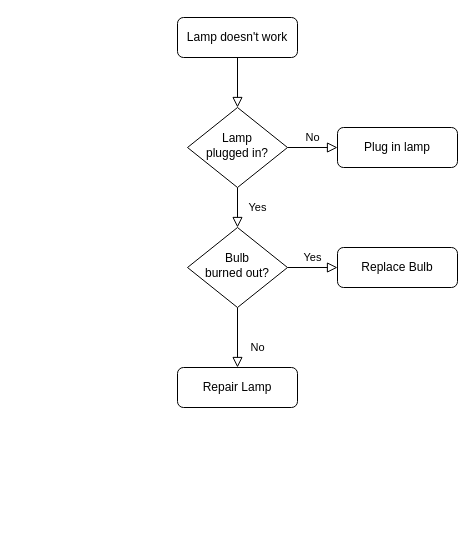
taryee8/hello-world keeps this draw.io diagram as TreasureIslandLogic.drawio. Above is the earlier version. Source tidied: cells renumbered, new cells numbered last; positions are measured from the earlier drawing's top-left corner, leaving out a move shared by most shapes. Both pictures are drawn from the tidied source at 100%, with x=0, y=0 at pixel (177, 17).
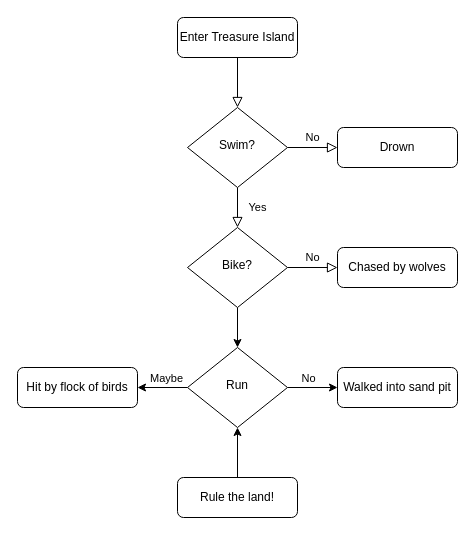
The same diagram, later.

Diff of the diagram source:
```diff
@@
-    <mxCell id="3" value="Lamp doesn't work" style="rounded=1;whiteSpace=wrap;html=1;fontSize=12;glass=0;strokeWidth=1;shadow=0;" parent="1" vertex="1">
+    <mxCell id="3" value="Enter Treasure Island" style="rounded=1;whiteSpace=wrap;html=1;fontSize=12;glass=0;strokeWidth=1;shadow=0;" parent="1" vertex="1">
       <mxGeometry width="120" height="40" as="geometry" />
     </mxCell>
@@
-    <mxCell id="6" value="Lamp&lt;br&gt;plugged in?" style="rhombus;whiteSpace=wrap;html=1;shadow=0;fontFamily=Helvetica;fontSize=12;align=center;strokeWidth=1;spacing=6;spacingTop=-4;" parent="1" vertex="1">
+    <mxCell id="6" value="Swim?" style="rhombus;whiteSpace=wrap;html=1;shadow=0;fontFamily=Helvetica;fontSize=12;align=center;strokeWidth=1;spacing=6;spacingTop=-4;" parent="1" vertex="1">
       <mxGeometry x="10" y="90" width="100" height="80" as="geometry" />
     </mxCell>
-    <mxCell id="7" value="Plug in lamp" style="rounded=1;whiteSpace=wrap;html=1;fontSize=12;glass=0;strokeWidth=1;shadow=0;" parent="1" vertex="1">
+    <mxCell id="7" value="Drown" style="rounded=1;whiteSpace=wrap;html=1;fontSize=12;glass=0;strokeWidth=1;shadow=0;" parent="1" vertex="1">
       <mxGeometry x="160" y="110" width="120" height="40" as="geometry" />
     </mxCell>
+    <mxCell id="9" value="No" style="edgeStyle=orthogonalEdgeStyle;rounded=0;html=1;jettySize=auto;fontSize=11;endArrow=block;endFill=0;endSize=8;strokeWidth=1;shadow=0;labelBackgroundColor=none;" parent="1" edge="1" source="10" target="12">
+      <mxGeometry y="10" relative="1" as="geometry" />
+    </mxCell>
+    <mxCell id="13" style="edgeStyle=orthogonalEdgeStyle;rounded=0;jettySize=auto;html=1;" parent="1" edge="1" source="10" target="17">
+      <mxGeometry relative="1" as="geometry" />
+    </mxCell>
+    <mxCell id="10" value="Bike?" style="rhombus;whiteSpace=wrap;html=1;shadow=0;fontFamily=Helvetica;fontSize=12;align=center;strokeWidth=1;spacing=6;spacingTop=-4;" parent="1" vertex="1">
+      <mxGeometry x="10" y="210" width="100" height="80" as="geometry" />
+    </mxCell>
+    <mxCell id="12" value="Chased by wolves" style="rounded=1;whiteSpace=wrap;html=1;fontSize=12;glass=0;strokeWidth=1;shadow=0;" parent="1" vertex="1">
+      <mxGeometry x="160" y="230" width="120" height="40" as="geometry" />
+    </mxCell>
+    <mxCell id="14" style="edgeStyle=orthogonalEdgeStyle;rounded=0;jettySize=auto;html=1;" parent="1" edge="1" source="17" target="18">
+      <mxGeometry relative="1" as="geometry" />
+    </mxCell>
-    <mxCell id="8" value="No" style="rounded=0;html=1;jettySize=auto;fontSize=11;endArrow=block;endFill=0;endSize=8;strokeWidth=1;shadow=0;labelBackgroundColor=none;edgeStyle=orthogonalEdgeStyle;" parent="1" edge="1" source="10" target="11">
-      <mxGeometry x="0.33" y="20" relative="1" as="geometry" />
+    <mxCell id="8" value="No" style="edgeLabel;html=1;align=center;verticalAlign=middle;" parent="14" vertex="1">
+      <mxGeometry x="0.44" y="-3" relative="1" as="geometry">
+        <mxPoint x="-16" y="-13" as="offset" />
+      </mxGeometry>
     </mxCell>
-    <mxCell id="9" value="Yes" style="edgeStyle=orthogonalEdgeStyle;rounded=0;html=1;jettySize=auto;fontSize=11;endArrow=block;endFill=0;endSize=8;strokeWidth=1;shadow=0;labelBackgroundColor=none;" parent="1" edge="1" source="10" target="12">
-      <mxGeometry y="10" relative="1" as="geometry" />
-    </mxCell>
-    <mxCell id="10" value="Bulb&lt;br&gt;burned out?" style="rhombus;whiteSpace=wrap;html=1;shadow=0;fontFamily=Helvetica;fontSize=12;align=center;strokeWidth=1;spacing=6;spacingTop=-4;" parent="1" vertex="1">
-      <mxGeometry x="10" y="210" width="100" height="80" as="geometry" />
-    </mxCell>
-    <mxCell id="11" value="Repair Lamp" style="rounded=1;whiteSpace=wrap;html=1;fontSize=12;glass=0;strokeWidth=1;shadow=0;" parent="1" vertex="1">
-      <mxGeometry y="350" width="120" height="40" as="geometry" />
-    </mxCell>
-    <mxCell id="12" value="Replace Bulb" style="rounded=1;whiteSpace=wrap;html=1;fontSize=12;glass=0;strokeWidth=1;shadow=0;" parent="1" vertex="1">
-      <mxGeometry x="160" y="230" width="120" height="40" as="geometry" />
-    </mxCell>
+    <mxCell id="15" style="edgeStyle=orthogonalEdgeStyle;rounded=0;jettySize=auto;html=1;" parent="1" edge="1" source="17" target="19">
+      <mxGeometry relative="1" as="geometry" />
+    </mxCell>
+    <mxCell id="16" value="Maybe" style="edgeLabel;html=1;align=center;verticalAlign=middle;" parent="15" vertex="1">
+      <mxGeometry x="-0.12" y="1" relative="1" as="geometry">
+        <mxPoint y="-11" as="offset" />
+      </mxGeometry>
+    </mxCell>
+    <mxCell id="17" value="Run" style="rhombus;whiteSpace=wrap;html=1;shadow=0;fontFamily=Helvetica;fontSize=12;align=center;strokeWidth=1;spacing=6;spacingTop=-4;" parent="1" vertex="1">
+      <mxGeometry x="10" y="330" width="100" height="80" as="geometry" />
+    </mxCell>
+    <mxCell id="18" value="Walked into sand pit" style="rounded=1;whiteSpace=wrap;html=1;fontSize=12;glass=0;strokeWidth=1;shadow=0;" parent="1" vertex="1">
+      <mxGeometry x="160" y="350" width="120" height="40" as="geometry" />
+    </mxCell>
+    <mxCell id="19" value="Hit by flock of birds" style="rounded=1;whiteSpace=wrap;html=1;fontSize=12;glass=0;strokeWidth=1;shadow=0;" parent="1" vertex="1">
+      <mxGeometry x="-160" y="350" width="120" height="40" as="geometry" />
+    </mxCell>
+    <mxCell id="20" style="edgeStyle=orthogonalEdgeStyle;rounded=0;jettySize=auto;html=1;" parent="1" edge="1" source="21" target="17">
+      <mxGeometry relative="1" as="geometry" />
+    </mxCell>
+    <mxCell id="21" value="Rule the land!" style="rounded=1;whiteSpace=wrap;html=1;fontSize=12;glass=0;strokeWidth=1;shadow=0;" parent="1" vertex="1">
+      <mxGeometry y="460" width="120" height="40" as="geometry" />
+    </mxCell>
```
